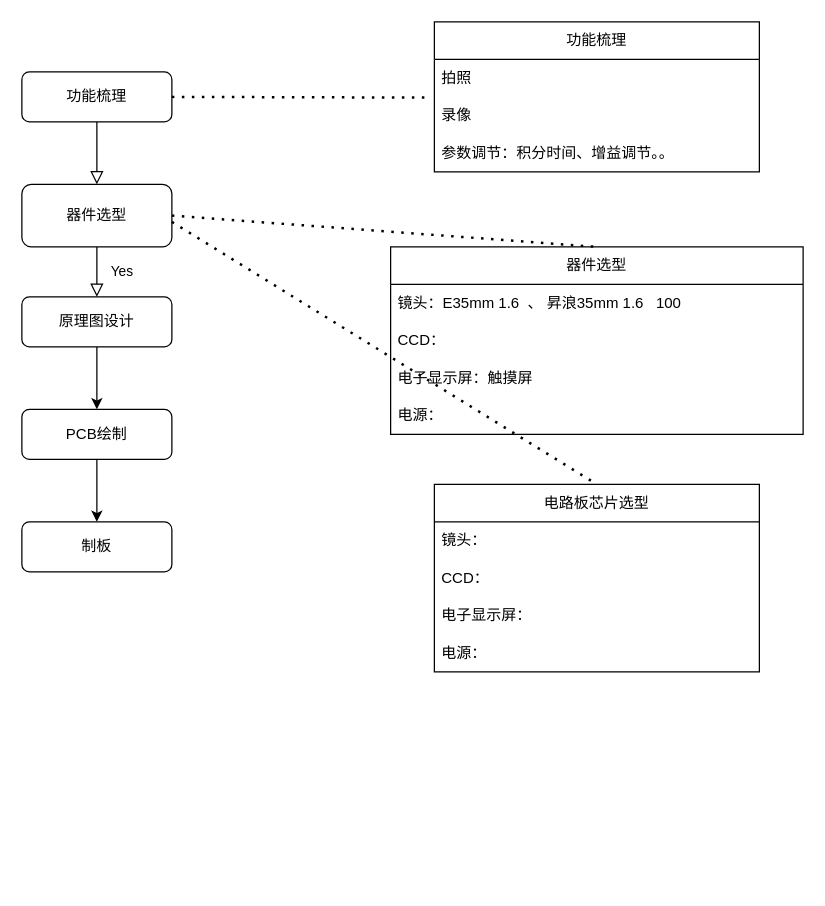
The draw.io diagram camera_diy.drawio in BlackSmithShrind/camera-diy, before the edit. Source tidied: cells renumbered, new cells numbered last; positions are measured from the earlier drawing's top-left corner, leaving out a move shared by most shapes. Both pictures are drawn from the tidied source at 125%, with x=0, y=0 at pixel (21, 21).
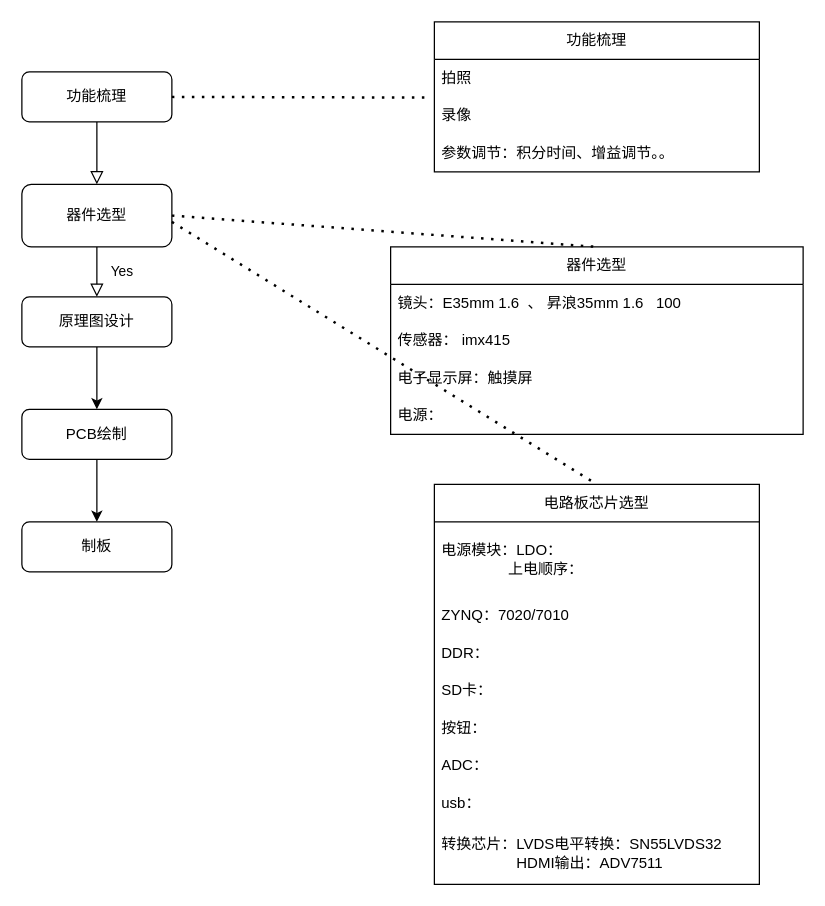
The same diagram, later.

Unchanged cells that the change refers to:
```xml
<mxCell id="15" value="器件选型" style="swimlane;fontStyle=0;horizontal=1;startSize=30;whiteSpace=wrap;html=1;" parent="1" vertex="1">
  <mxGeometry x="295" y="180" width="330" height="150" as="geometry" />
</mxCell>
```

What changed in the source:
```diff
@@
-    <mxCell id="17" value="CCD：" style="text;strokeColor=none;fillColor=none;align=left;verticalAlign=middle;spacingLeft=4;spacingRight=4;overflow=hidden;whiteSpace=wrap;html=1;" parent="15" vertex="1">
+    <mxCell id="17" value="传感器： imx415" style="text;strokeColor=none;fillColor=none;align=left;verticalAlign=middle;spacingLeft=4;spacingRight=4;overflow=hidden;whiteSpace=wrap;html=1;" parent="15" vertex="1">
       <mxGeometry y="60" width="330" height="30" as="geometry" />
     </mxCell>
@@
     <mxCell id="20" value="电路板芯片选型" style="swimlane;fontStyle=0;horizontal=1;startSize=30;whiteSpace=wrap;html=1;" parent="1" vertex="1">
-      <mxGeometry x="330" y="370" width="260" height="150" as="geometry" />
+      <mxGeometry x="330" y="370" width="260" height="320" as="geometry" />
     </mxCell>
-    <mxCell id="21" value="镜头：" style="text;strokeColor=none;fillColor=none;align=left;verticalAlign=middle;spacingLeft=4;spacingRight=4;overflow=hidden;whiteSpace=wrap;html=1;" parent="20" vertex="1">
-      <mxGeometry y="30" width="260" height="30" as="geometry" />
+    <mxCell id="21" value="电源模块：LDO：&lt;div&gt;&lt;span style=&quot;white-space: pre;&quot;&gt;&#9;&lt;/span&gt;&lt;span style=&quot;white-space: pre;&quot;&gt;&#9;&lt;/span&gt;上电顺序：&lt;br&gt;&lt;/div&gt;" style="text;strokeColor=none;fillColor=none;align=left;verticalAlign=middle;spacingLeft=4;spacingRight=4;overflow=hidden;whiteSpace=wrap;html=1;" parent="20" vertex="1">
+      <mxGeometry y="30" width="260" height="60" as="geometry" />
     </mxCell>
-    <mxCell id="22" value="CCD：" style="text;strokeColor=none;fillColor=none;align=left;verticalAlign=middle;spacingLeft=4;spacingRight=4;overflow=hidden;whiteSpace=wrap;html=1;" parent="20" vertex="1">
-      <mxGeometry y="60" width="260" height="30" as="geometry" />
+    <mxCell id="22" value="ZYNQ：7020/7010" style="text;strokeColor=none;fillColor=none;align=left;verticalAlign=middle;spacingLeft=4;spacingRight=4;overflow=hidden;whiteSpace=wrap;html=1;" parent="20" vertex="1">
+      <mxGeometry y="90" width="260" height="30" as="geometry" />
     </mxCell>
-    <mxCell id="23" value="电子显示屏：" style="text;align=left;verticalAlign=middle;spacingLeft=4;spacingRight=4;overflow=hidden;whiteSpace=wrap;html=1;" parent="20" vertex="1">
-      <mxGeometry y="90" width="260" height="30" as="geometry" />
+    <mxCell id="23" value="DDR：" style="text;align=left;verticalAlign=middle;spacingLeft=4;spacingRight=4;overflow=hidden;whiteSpace=wrap;html=1;" parent="20" vertex="1">
+      <mxGeometry y="120" width="260" height="30" as="geometry" />
     </mxCell>
-    <mxCell id="24" value="电源：" style="text;strokeColor=none;fillColor=none;align=left;verticalAlign=middle;spacingLeft=4;spacingRight=4;overflow=hidden;whiteSpace=wrap;html=1;" parent="20" vertex="1">
-      <mxGeometry y="120" width="260" height="30" as="geometry" />
+    <mxCell id="24" value="SD卡：" style="text;strokeColor=none;fillColor=none;align=left;verticalAlign=middle;spacingLeft=4;spacingRight=4;overflow=hidden;whiteSpace=wrap;html=1;" parent="20" vertex="1">
+      <mxGeometry y="150" width="260" height="30" as="geometry" />
     </mxCell>
+    <mxCell id="28" value="按钮：" style="text;strokeColor=none;fillColor=none;align=left;verticalAlign=middle;spacingLeft=4;spacingRight=4;overflow=hidden;whiteSpace=wrap;html=1;" parent="20" vertex="1">
+      <mxGeometry y="180" width="260" height="30" as="geometry" />
+    </mxCell>
+    <mxCell id="29" value="ADC：" style="text;strokeColor=none;fillColor=none;align=left;verticalAlign=middle;spacingLeft=4;spacingRight=4;overflow=hidden;whiteSpace=wrap;html=1;" parent="20" vertex="1">
+      <mxGeometry y="210" width="260" height="30" as="geometry" />
+    </mxCell>
+    <mxCell id="30" value="usb：" style="text;strokeColor=none;fillColor=none;align=left;verticalAlign=middle;spacingLeft=4;spacingRight=4;overflow=hidden;whiteSpace=wrap;html=1;" parent="20" vertex="1">
+      <mxGeometry y="240" width="260" height="30" as="geometry" />
+    </mxCell>
+    <mxCell id="31" value="转换芯片：LVDS电平转换：SN55LVDS32&lt;div&gt;&lt;span style=&quot;white-space: pre;&quot;&gt;&#9;&lt;/span&gt;&lt;span style=&quot;white-space: pre;&quot;&gt;&#9;&lt;/span&gt;&amp;nbsp; HDMI输出：ADV7511&lt;br&gt;&lt;/div&gt;" style="text;strokeColor=none;fillColor=none;align=left;verticalAlign=middle;spacingLeft=4;spacingRight=4;overflow=hidden;whiteSpace=wrap;html=1;" parent="20" vertex="1">
+      <mxGeometry y="270" width="260" height="50" as="geometry" />
+    </mxCell>
```
